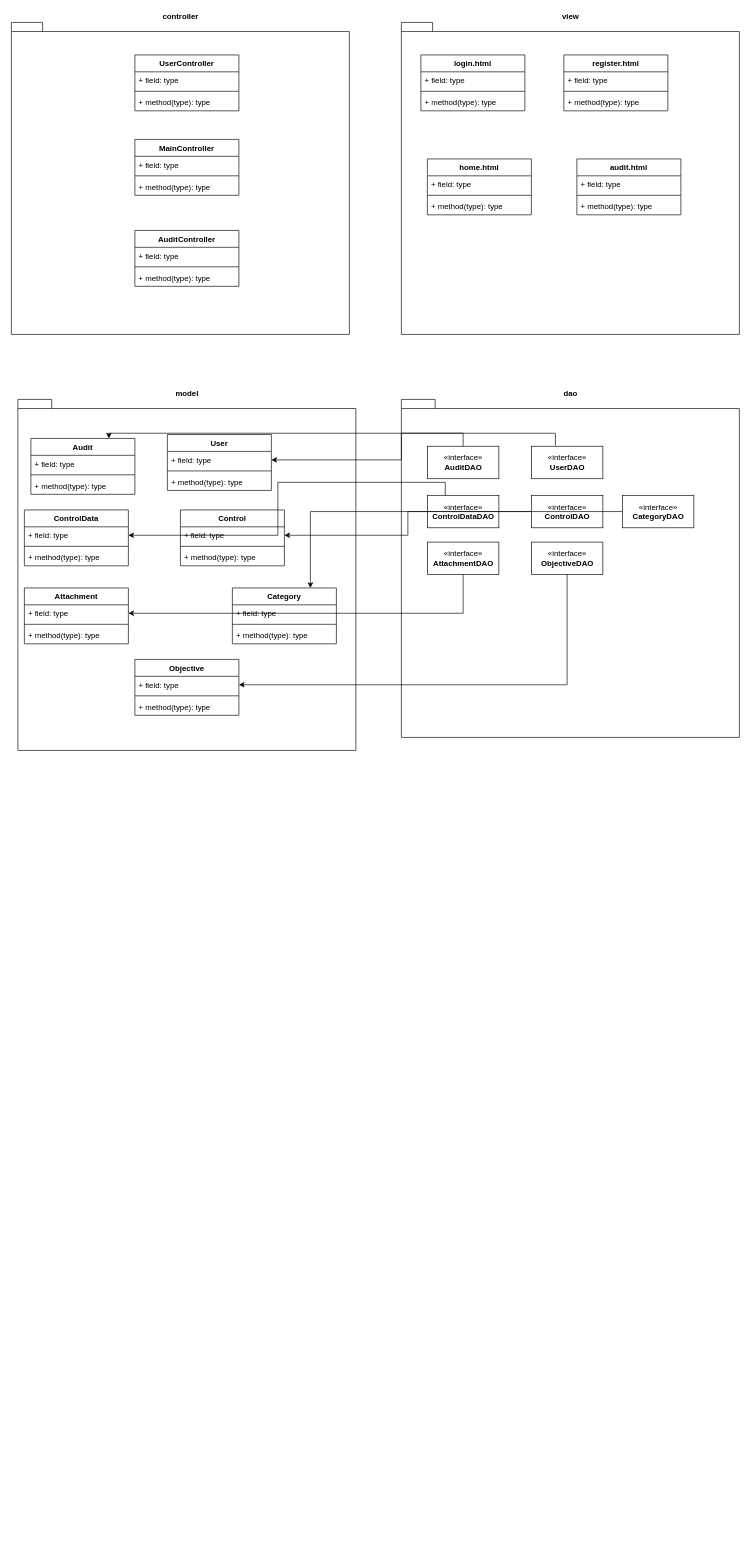
Above: classDiagram.drawio in Carrivax/diagrams (draw.io), before the change. Source tidied: cells renumbered, new cells numbered last; positions are measured from the earlier drawing's top-left corner, leaving out a move shared by most shapes. Both pictures are drawn from the tidied source at 65%, with x=0, y=0 at pixel (11, 22).
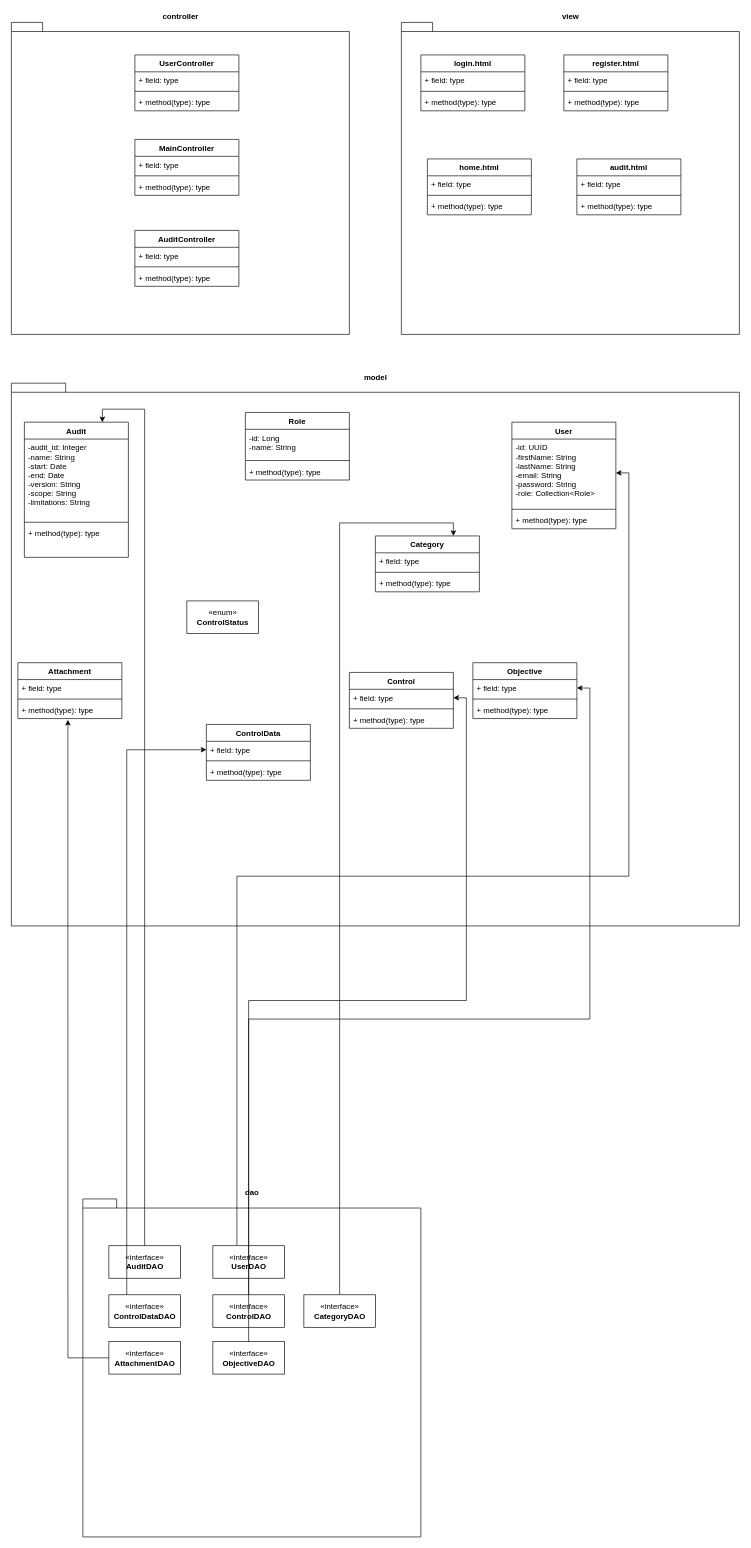
Above is the later version.

Unchanged cells that the change refers to:
```xml
<mxCell id="33" value="+ field: type" style="text;strokeColor=none;fillColor=none;align=left;verticalAlign=top;spacingLeft=4;spacingRight=4;overflow=hidden;points=[[0,0.5],[1,0.5]];portConstraint=eastwest;" parent="32" vertex="1">
  <mxGeometry y="26" width="160" height="26" as="geometry" />
</mxCell>
<mxCell id="58" value="+ field: type" style="text;strokeColor=none;fillColor=none;align=left;verticalAlign=top;spacingLeft=4;spacingRight=4;overflow=hidden;points=[[0,0.5],[1,0.5]];portConstraint=eastwest;" parent="57" vertex="1">
  <mxGeometry y="26" width="160" height="26" as="geometry" />
</mxCell>
<mxCell id="60" value="+ method(type): type" style="text;strokeColor=none;fillColor=none;align=left;verticalAlign=top;spacingLeft=4;spacingRight=4;overflow=hidden;points=[[0,0.5],[1,0.5]];portConstraint=eastwest;" parent="57" vertex="1">
  <mxGeometry y="60" width="160" height="26" as="geometry" />
</mxCell>
```

The edit, as a diff of the source:
```diff
@@
     <mxCell id="2" value="&lt;div&gt;model&lt;/div&gt;" style="shape=folder;fontStyle=1;spacingTop=10;tabWidth=40;tabHeight=14;tabPosition=left;html=1;labelPosition=center;verticalLabelPosition=top;align=center;verticalAlign=bottom;horizontal=1;" parent="1" vertex="1">
-      <mxGeometry x="10" y="580" width="520" height="540" as="geometry" />
+      <mxGeometry y="555" width="1120" height="835" as="geometry" />
     </mxCell>
     <mxCell id="3" value="&lt;div&gt;dao&lt;/div&gt;" style="shape=folder;fontStyle=1;spacingTop=10;tabWidth=40;tabHeight=14;tabPosition=left;html=1;labelPosition=center;verticalLabelPosition=top;align=center;verticalAlign=bottom;horizontal=1;" parent="1" vertex="1">
-      <mxGeometry x="600" y="580" width="520" height="520" as="geometry" />
+      <mxGeometry x="110" y="1810" width="520" height="520" as="geometry" />
     </mxCell>
@@
     <mxCell id="14" value="«interface»&lt;br&gt;&lt;b&gt;AuditDAO&lt;/b&gt;" style="html=1;" parent="1" vertex="1">
-      <mxGeometry x="640" y="652" width="110" height="50" as="geometry" />
+      <mxGeometry x="150" y="1882" width="110" height="50" as="geometry" />
     </mxCell>
     <mxCell id="15" value="«interface»&lt;br&gt;&lt;b&gt;UserDAO&lt;/b&gt;" style="html=1;" parent="1" vertex="1">
-      <mxGeometry x="800" y="652" width="110" height="50" as="geometry" />
+      <mxGeometry x="310" y="1882" width="110" height="50" as="geometry" />
     </mxCell>
     <mxCell id="16" value="«interface»&lt;br&gt;&lt;b&gt;ControlDataDAO&lt;/b&gt;" style="html=1;" parent="1" vertex="1">
-      <mxGeometry x="640" y="727.5" width="110" height="50" as="geometry" />
+      <mxGeometry x="150" y="1957.5" width="110" height="50" as="geometry" />
     </mxCell>
     <mxCell id="17" value="«interface»&lt;br&gt;&lt;b&gt;ControlDAO&lt;/b&gt;" style="html=1;" parent="1" vertex="1">
-      <mxGeometry x="800" y="727.5" width="110" height="50" as="geometry" />
+      <mxGeometry x="310" y="1957.5" width="110" height="50" as="geometry" />
     </mxCell>
     <mxCell id="18" value="«interface»&lt;br&gt;&lt;b&gt;AttachmentDAO&lt;/b&gt;" style="html=1;" parent="1" vertex="1">
-      <mxGeometry x="640" y="799.5" width="110" height="50" as="geometry" />
+      <mxGeometry x="150" y="2029.5" width="110" height="50" as="geometry" />
     </mxCell>
     <mxCell id="19" value="User" style="swimlane;fontStyle=1;align=center;verticalAlign=top;horizontal=1;startSize=26;" parent="1" vertex="1">
-      <mxGeometry x="240" y="634" width="160" height="86" as="geometry" />
+      <mxGeometry x="770" y="615" width="160" height="164" as="geometry" />
     </mxCell>
-    <mxCell id="20" value="+ field: type" style="text;strokeColor=none;fillColor=none;align=left;verticalAlign=top;spacingLeft=4;spacingRight=4;overflow=hidden;points=[[0,0.5],[1,0.5]];portConstraint=eastwest;" parent="19" vertex="1">
-      <mxGeometry y="26" width="160" height="26" as="geometry" />
+    <mxCell id="20" value="-id: UUID&#10;-firstName: String&#10;-lastName: String&#10;-email: String&#10;-password: String&#10;-role: Collection&lt;Role&gt;&#10;" style="text;strokeColor=none;fillColor=none;align=left;verticalAlign=top;spacingLeft=4;spacingRight=4;overflow=hidden;points=[[0,0.5],[1,0.5]];portConstraint=eastwest;" parent="19" vertex="1">
+      <mxGeometry y="26" width="160" height="104" as="geometry" />
     </mxCell>
     <mxCell id="21" style="line;strokeWidth=1;fillColor=none;align=left;verticalAlign=middle;spacingTop=-1;spacingLeft=3;spacingRight=3;labelPosition=right;" parent="19" vertex="1">
-      <mxGeometry y="52" width="160" height="8" as="geometry" />
+      <mxGeometry y="130" width="160" height="8" as="geometry" />
     </mxCell>
     <mxCell id="22" value="+ method(type): type" style="text;strokeColor=none;fillColor=none;align=left;verticalAlign=top;spacingLeft=4;spacingRight=4;overflow=hidden;" parent="19" vertex="1">
-      <mxGeometry y="60" width="160" height="26" as="geometry" />
+      <mxGeometry y="138" width="160" height="26" as="geometry" />
     </mxCell>
@@
     <mxCell id="24" value="Audit" style="swimlane;fontStyle=1;align=center;verticalAlign=top;horizontal=1;startSize=26;" parent="1" vertex="1">
-      <mxGeometry x="30" y="640" width="160" height="86" as="geometry" />
+      <mxGeometry x="20" y="615" width="160" height="208" as="geometry" />
     </mxCell>
-    <mxCell id="25" value="+ field: type" style="text;strokeColor=none;fillColor=none;align=left;verticalAlign=top;spacingLeft=4;spacingRight=4;overflow=hidden;" parent="24" vertex="1">
-      <mxGeometry y="26" width="160" height="26" as="geometry" />
+    <mxCell id="25" value="-audit_id: Integer&#10;-name: String&#10;-start: Date&#10;-end: Date&#10;-version: String&#10;-scope: String&#10;-limitations: String&#10;&#10;" style="text;strokeColor=none;fillColor=none;align=left;verticalAlign=top;spacingLeft=4;spacingRight=4;overflow=hidden;" parent="24" vertex="1">
+      <mxGeometry y="26" width="160" height="124" as="geometry" />
     </mxCell>
     <mxCell id="26" style="line;strokeWidth=1;fillColor=none;align=left;verticalAlign=middle;spacingTop=-1;spacingLeft=3;spacingRight=3;labelPosition=right;" parent="24" vertex="1">
-      <mxGeometry y="52" width="160" height="8" as="geometry" />
+      <mxGeometry y="150" width="160" height="8" as="geometry" />
     </mxCell>
     <mxCell id="27" value="+ method(type): type" style="text;strokeColor=none;fillColor=none;align=left;verticalAlign=top;spacingLeft=4;spacingRight=4;overflow=hidden;" parent="24" vertex="1">
-      <mxGeometry y="60" width="160" height="26" as="geometry" />
+      <mxGeometry y="158" width="160" height="50" as="geometry" />
     </mxCell>
     <mxCell id="28" value="Control" style="swimlane;fontStyle=1;align=center;verticalAlign=top;horizontal=1;startSize=26;" parent="1" vertex="1">
-      <mxGeometry x="260" y="750" width="160" height="86" as="geometry" />
+      <mxGeometry x="520" y="1000" width="160" height="86" as="geometry" />
     </mxCell>
@@
     <mxCell id="32" value="ControlData" style="swimlane;fontStyle=1;align=center;verticalAlign=top;horizontal=1;startSize=26;" parent="1" vertex="1">
-      <mxGeometry x="20" y="750" width="160" height="86" as="geometry" />
+      <mxGeometry x="300" y="1080" width="160" height="86" as="geometry" />
     </mxCell>
@@
     <mxCell id="48" value="«interface»&lt;br&gt;&lt;b&gt;ObjectiveDAO&lt;/b&gt;" style="html=1;" parent="1" vertex="1">
-      <mxGeometry x="800" y="799.5" width="110" height="50" as="geometry" />
+      <mxGeometry x="310" y="2029.5" width="110" height="50" as="geometry" />
     </mxCell>
@@
     <mxCell id="57" value="Attachment" style="swimlane;fontStyle=1;align=center;verticalAlign=top;horizontal=1;startSize=26;" parent="1" vertex="1">
-      <mxGeometry x="20" y="870" width="160" height="86" as="geometry" />
+      <mxGeometry x="10" y="985" width="160" height="86" as="geometry" />
     </mxCell>
@@
     <mxCell id="61" value="Objective&#10;" style="swimlane;fontStyle=1;align=center;verticalAlign=top;horizontal=1;startSize=26;" parent="1" vertex="1">
-      <mxGeometry x="190" y="980" width="160" height="86" as="geometry" />
+      <mxGeometry x="710" y="985" width="160" height="86" as="geometry" />
     </mxCell>
@@
     <mxCell id="66" value="Category" style="swimlane;fontStyle=1;align=center;verticalAlign=top;horizontal=1;startSize=26;" parent="1" vertex="1">
-      <mxGeometry x="340" y="870" width="160" height="86" as="geometry" />
+      <mxGeometry x="560" y="790" width="160" height="86" as="geometry" />
     </mxCell>
@@
     <mxCell id="70" value="«interface»&lt;br&gt;&lt;b&gt;CategoryDAO&lt;/b&gt;" style="html=1;" parent="1" vertex="1">
-      <mxGeometry x="940" y="727.5" width="110" height="50" as="geometry" />
+      <mxGeometry x="450" y="1957.5" width="110" height="50" as="geometry" />
     </mxCell>
@@
-    <mxCell id="73" style="edgeStyle=orthogonalEdgeStyle;rounded=0;jettySize=auto;html=1;exitX=0.25;exitY=0;exitDx=0;exitDy=0;entryX=1;entryY=0.5;entryDx=0;entryDy=0;" parent="1" edge="1" source="16" target="33">
-      <mxGeometry relative="1" as="geometry" />
+    <mxCell id="73" style="edgeStyle=orthogonalEdgeStyle;rounded=0;jettySize=auto;html=1;exitX=0.25;exitY=0;exitDx=0;exitDy=0;entryX=0;entryY=0.5;entryDx=0;entryDy=0;" parent="1" edge="1" source="16" target="33">
+      <mxGeometry relative="1" as="geometry">
+        <Array as="points">
+          <mxPoint x="177" y="1119" />
+        </Array>
+      </mxGeometry>
     </mxCell>
-    <mxCell id="74" style="edgeStyle=orthogonalEdgeStyle;rounded=0;jettySize=auto;html=1;entryX=1;entryY=0.5;entryDx=0;entryDy=0;" parent="1" edge="1" source="18" target="58">
-      <mxGeometry relative="1" as="geometry" />
+    <mxCell id="74" style="edgeStyle=orthogonalEdgeStyle;rounded=0;jettySize=auto;html=1;entryX=0.481;entryY=1.077;entryDx=0;entryDy=0;entryPerimeter=0;" parent="1" edge="1" source="18" target="60">
+      <mxGeometry relative="1" as="geometry">
+        <Array as="points">
+          <mxPoint x="87" y="2054" />
+        </Array>
+      </mxGeometry>
     </mxCell>
@@
+    <mxCell id="76" value="Role" style="swimlane;fontStyle=1;align=center;verticalAlign=top;horizontal=1;startSize=26;" parent="1" vertex="1">
+      <mxGeometry x="360" y="600" width="160" height="104" as="geometry" />
+    </mxCell>
+    <mxCell id="77" value="-id: Long&#10;-name: String&#10;" style="text;strokeColor=none;fillColor=none;align=left;verticalAlign=top;spacingLeft=4;spacingRight=4;overflow=hidden;" parent="76" vertex="1">
+      <mxGeometry y="26" width="160" height="44" as="geometry" />
+    </mxCell>
+    <mxCell id="78" style="line;strokeWidth=1;fillColor=none;align=left;verticalAlign=middle;spacingTop=-1;spacingLeft=3;spacingRight=3;labelPosition=right;" parent="76" vertex="1">
+      <mxGeometry y="70" width="160" height="8" as="geometry" />
+    </mxCell>
+    <mxCell id="79" value="+ method(type): type" style="text;strokeColor=none;fillColor=none;align=left;verticalAlign=top;spacingLeft=4;spacingRight=4;overflow=hidden;" parent="76" vertex="1">
+      <mxGeometry y="78" width="160" height="26" as="geometry" />
+    </mxCell>
+    <mxCell id="80" value="«enum»&lt;br&gt;&lt;b&gt;ControlStatus&lt;/b&gt;" style="html=1;" parent="1" vertex="1">
+      <mxGeometry x="270" y="890" width="110" height="50" as="geometry" />
+    </mxCell>
```
